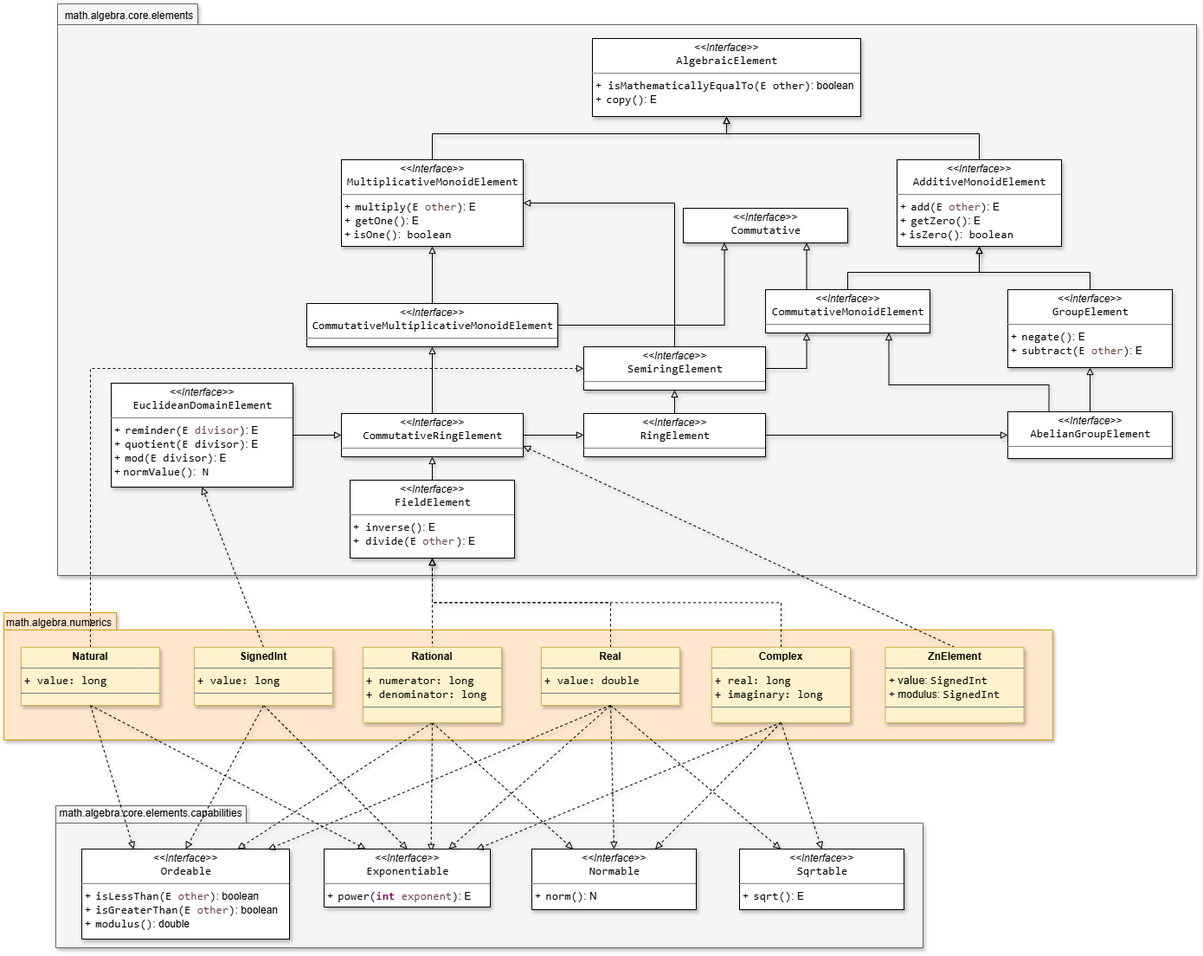
The draw.io diagram resources/SMFN-algebra-elements.drawio.png in gom9000/SMFN, before a commit. Source tidied: cells renumbered, new cells last; positions are measured from the earlier drawing's top-left corner, leaving out a move shared by most shapes.
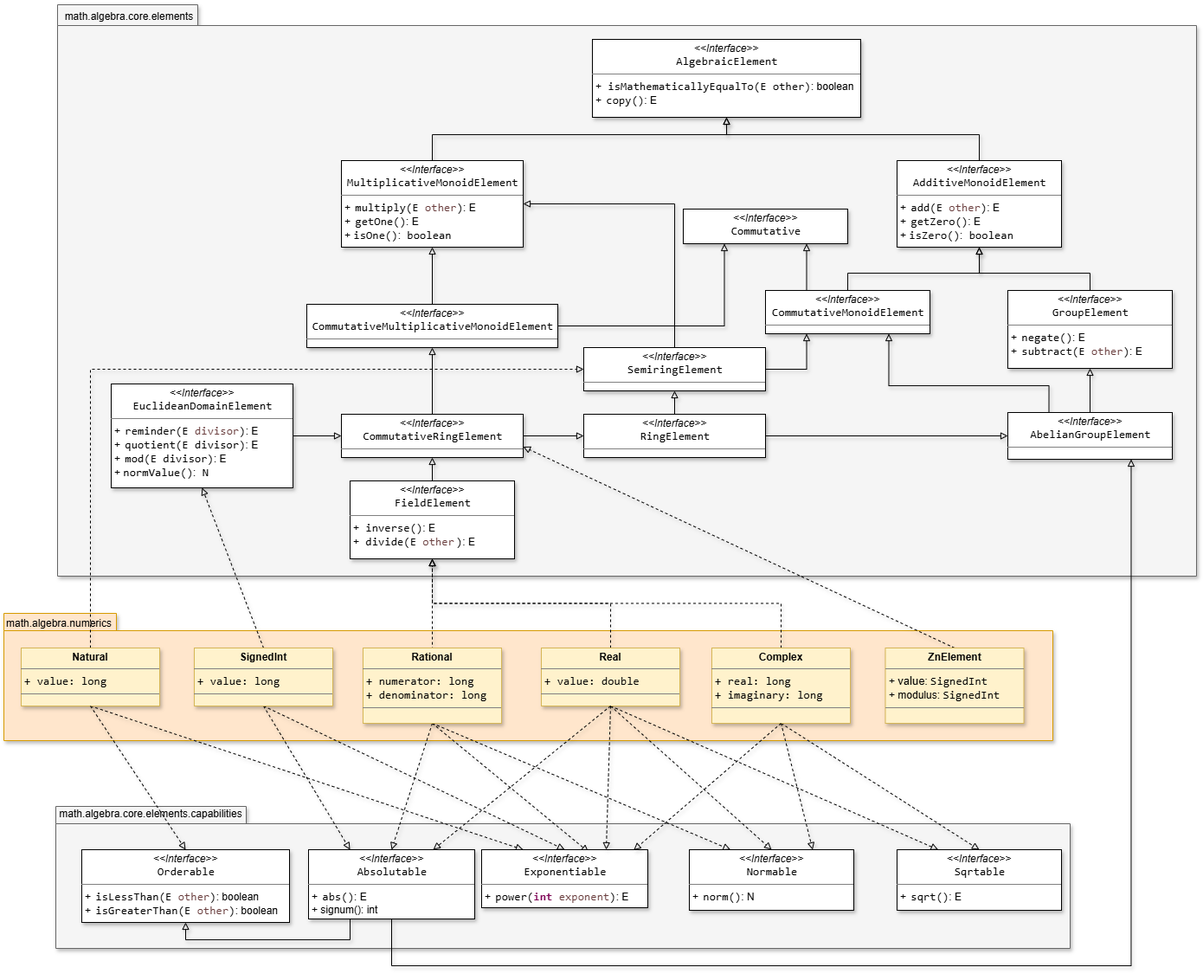
Later version of the same file.

Commit message:
refactory - algebra

The edit, as a diff of the source:
```diff
@@ -3,7 +3,7 @@
     <mxCell id="0" />
     <mxCell id="1" parent="0" />
     <mxCell id="2" style="shape=folder;fontStyle=1;spacingTop=10;tabWidth=220;tabHeight=20;tabPosition=left;html=1;whiteSpace=wrap;fillColor=#f5f5f5;fontColor=#333333;strokeColor=#666666;shadow=1;" parent="1" vertex="1">
-      <mxGeometry x="60" y="927" width="1002" height="164" as="geometry" />
+      <mxGeometry x="60" y="927" width="1172" height="164" as="geometry" />
     </mxCell>
     <mxCell id="3" style="shape=folder;fontStyle=1;spacingTop=10;tabWidth=130;tabHeight=20;tabPosition=left;html=1;whiteSpace=wrap;fillColor=#ffe6cc;strokeColor=#d79b00;shadow=1;" parent="1" vertex="1">
       <mxGeometry y="704" width="1212" height="147" as="geometry" />
@@ -132,7 +132,7 @@
     <mxCell id="36" style="rounded=0;jettySize=auto;html=1;exitX=0.5;exitY=0;exitDx=0;exitDy=0;entryX=0.5;entryY=1;entryDx=0;entryDy=0;dashed=1;strokeColor=default;align=center;verticalAlign=middle;fontFamily=Helvetica;fontSize=11;fontColor=default;labelBackgroundColor=none;endArrow=block;endFill=0;shadow=1;" parent="1" edge="1" source="39" target="65">
       <mxGeometry relative="1" as="geometry" />
     </mxCell>
-    <mxCell id="37" style="rounded=0;jettySize=auto;html=1;exitX=0.5;exitY=1;exitDx=0;exitDy=0;entryX=0.5;entryY=0;entryDx=0;entryDy=0;dashed=1;strokeColor=default;align=center;verticalAlign=middle;fontFamily=Helvetica;fontSize=11;fontColor=default;labelBackgroundColor=none;endArrow=block;endFill=0;shadow=1;" parent="1" edge="1" source="39" target="53">
+    <mxCell id="37" style="rounded=0;jettySize=auto;html=1;exitX=0.5;exitY=1;exitDx=0;exitDy=0;entryX=0.25;entryY=0;entryDx=0;entryDy=0;dashed=1;strokeColor=default;align=center;verticalAlign=middle;fontFamily=Helvetica;fontSize=11;fontColor=default;labelBackgroundColor=none;endArrow=block;endFill=0;shadow=1;" parent="1" edge="1" source="39" target="70">
       <mxGeometry relative="1" as="geometry" />
     </mxCell>
     <mxCell id="38" style="rounded=0;jettySize=auto;html=1;exitX=0.5;exitY=1;exitDx=0;exitDy=0;entryX=0.5;entryY=0;entryDx=0;entryDy=0;dashed=1;strokeColor=default;align=center;verticalAlign=middle;fontFamily=Helvetica;fontSize=11;fontColor=default;labelBackgroundColor=none;endArrow=block;endFill=0;shadow=1;" parent="1" edge="1" source="39" target="54">
@@ -161,7 +161,7 @@
         </Array>
       </mxGeometry>
     </mxCell>
-    <mxCell id="45" style="rounded=0;jettySize=auto;html=1;exitX=0.5;exitY=1;exitDx=0;exitDy=0;entryX=0.75;entryY=0;entryDx=0;entryDy=0;dashed=1;strokeColor=default;align=center;verticalAlign=middle;fontFamily=Helvetica;fontSize=11;fontColor=default;labelBackgroundColor=none;endArrow=block;endFill=0;shadow=1;" parent="1" edge="1" source="48" target="53">
+    <mxCell id="45" style="rounded=0;jettySize=auto;html=1;exitX=0.5;exitY=1;exitDx=0;exitDy=0;entryX=0.5;entryY=0;entryDx=0;entryDy=0;dashed=1;strokeColor=default;align=center;verticalAlign=middle;fontFamily=Helvetica;fontSize=11;fontColor=default;labelBackgroundColor=none;endArrow=block;endFill=0;shadow=1;" parent="1" edge="1" source="48" target="70">
       <mxGeometry relative="1" as="geometry" />
     </mxCell>
     <mxCell id="46" style="rounded=0;jettySize=auto;html=1;exitX=0.5;exitY=1;exitDx=0;exitDy=0;entryX=0.644;entryY=0.041;entryDx=0;entryDy=0;dashed=1;strokeColor=default;align=center;verticalAlign=middle;fontFamily=Helvetica;fontSize=11;fontColor=default;labelBackgroundColor=none;endArrow=block;endFill=0;entryPerimeter=0;shadow=1;" parent="1" edge="1" source="48" target="54">
@@ -185,19 +185,19 @@
     <mxCell id="52" value="&lt;p style=&quot;margin:0px;margin-top:4px;text-align:center;&quot;&gt;&lt;b style=&quot;&quot;&gt;Complex&lt;/b&gt;&lt;/p&gt;&lt;hr size=&quot;1&quot; style=&quot;border-style:solid;&quot;&gt;&lt;p style=&quot;margin:0px;margin-left:4px;&quot;&gt;&lt;span style=&quot;color: light-dark(rgb(0, 0, 0), rgb(255, 255, 255)); font-family: Consolas; font-size: 10pt; white-space: pre; background-color: transparent;&quot;&gt;+ real: long&lt;/span&gt;&lt;/p&gt;&lt;p style=&quot;margin:0px;margin-left:4px;&quot;&gt;&lt;span style=&quot;color: light-dark(rgb(0, 0, 0), rgb(255, 255, 255)); font-family: Consolas; font-size: 10pt; white-space: pre;&quot;&gt;+ imaginary: long&lt;/span&gt;&lt;/p&gt;&lt;hr size=&quot;1&quot; style=&quot;border-style:solid;&quot;&gt;&lt;p style=&quot;margin:0px;margin-left:4px;&quot;&gt;&lt;br&gt;&lt;/p&gt;" style="verticalAlign=top;align=left;overflow=fill;html=1;whiteSpace=wrap;fillColor=#fff2cc;strokeColor=#d6b656;labelBackgroundColor=none;shadow=1;" parent="1" vertex="1">
       <mxGeometry x="818" y="744" width="160" height="87" as="geometry" />
     </mxCell>
-    <mxCell id="53" value="&lt;p style=&quot;margin:0px;margin-top:4px;text-align:center;&quot;&gt;&lt;i&gt;&amp;lt;&amp;lt;Interface&amp;gt;&amp;gt;&lt;/i&gt;&lt;br&gt;&lt;span style=&quot;padding: 0px 0px 0px 2px;&quot;&gt;&lt;span style=&quot;font-family: Consolas; font-size: 10pt; white-space: pre;&quot;&gt;&lt;span style=&quot;&quot;&gt;Ordeable&lt;/span&gt;&lt;/span&gt;&lt;/span&gt;&lt;/p&gt;&lt;hr size=&quot;1&quot; style=&quot;border-style:solid;&quot;&gt;&lt;p style=&quot;margin:0px;margin-left:4px;&quot;&gt;&lt;/p&gt;&lt;p style=&quot;margin:0px;margin-left:4px;&quot;&gt;+&amp;nbsp;&lt;span style=&quot;padding: 0px 0px 0px 2px;&quot;&gt;&lt;span style=&quot;font-family: Consolas; font-size: 10pt; white-space: pre;&quot;&gt;&lt;span style=&quot;&quot;&gt;isLessThan&lt;/span&gt;(E &lt;span style=&quot;color:#6a3e3e;&quot;&gt;other&lt;/span&gt;)&lt;/span&gt;&lt;/span&gt;: boolean&lt;br&gt;+&amp;nbsp;&lt;span style=&quot;padding: 0px 0px 0px 2px;&quot;&gt;&lt;span style=&quot;font-family: Consolas; font-size: 10pt; white-space: pre;&quot;&gt;&lt;span style=&quot;&quot;&gt;isGreaterThan&lt;/span&gt;(E &lt;span style=&quot;color:#6a3e3e;&quot;&gt;other&lt;/span&gt;)&lt;/span&gt;&lt;/span&gt;: boolean&lt;/p&gt;&lt;p style=&quot;margin:0px;margin-left:4px;&quot;&gt;+&amp;nbsp;&lt;span style=&quot;padding: 0px 0px 0px 2px;&quot;&gt;&lt;span style=&quot;font-family: Consolas; font-size: 10pt; white-space: pre;&quot;&gt;modulus()&lt;/span&gt;&lt;/span&gt;: double&lt;/p&gt;" style="verticalAlign=top;align=left;overflow=fill;html=1;whiteSpace=wrap;labelBackgroundColor=none;shadow=1;" parent="1" vertex="1">
-      <mxGeometry x="90" y="977" width="240" height="104" as="geometry" />
+    <mxCell id="53" value="&lt;p style=&quot;margin:0px;margin-top:4px;text-align:center;&quot;&gt;&lt;i&gt;&amp;lt;&amp;lt;Interface&amp;gt;&amp;gt;&lt;/i&gt;&lt;br&gt;&lt;span style=&quot;padding: 0px 0px 0px 2px;&quot;&gt;&lt;span style=&quot;font-family: Consolas; font-size: 10pt; white-space: pre;&quot;&gt;&lt;span style=&quot;&quot;&gt;Orderable&lt;/span&gt;&lt;/span&gt;&lt;/span&gt;&lt;/p&gt;&lt;hr size=&quot;1&quot; style=&quot;border-style:solid;&quot;&gt;&lt;p style=&quot;margin:0px;margin-left:4px;&quot;&gt;&lt;/p&gt;&lt;p style=&quot;margin:0px;margin-left:4px;&quot;&gt;+&amp;nbsp;&lt;span style=&quot;padding: 0px 0px 0px 2px;&quot;&gt;&lt;span style=&quot;font-family: Consolas; font-size: 10pt; white-space: pre;&quot;&gt;&lt;span style=&quot;&quot;&gt;isLessThan&lt;/span&gt;(E &lt;span style=&quot;color:#6a3e3e;&quot;&gt;other&lt;/span&gt;)&lt;/span&gt;&lt;/span&gt;: boolean&lt;br&gt;+&amp;nbsp;&lt;span style=&quot;padding: 0px 0px 0px 2px;&quot;&gt;&lt;span style=&quot;font-family: Consolas; font-size: 10pt; white-space: pre;&quot;&gt;&lt;span style=&quot;&quot;&gt;isGreaterThan&lt;/span&gt;(E &lt;span style=&quot;color:#6a3e3e;&quot;&gt;other&lt;/span&gt;)&lt;/span&gt;&lt;/span&gt;: boolean&lt;/p&gt;&lt;p style=&quot;margin:0px;margin-left:4px;&quot;&gt;&lt;br&gt;&lt;/p&gt;" style="verticalAlign=top;align=left;overflow=fill;html=1;whiteSpace=wrap;labelBackgroundColor=none;shadow=1;" parent="1" vertex="1">
+      <mxGeometry x="90" y="977" width="240" height="84" as="geometry" />
     </mxCell>
     <mxCell id="54" value="&lt;p style=&quot;margin:0px;margin-top:4px;text-align:center;&quot;&gt;&lt;i&gt;&amp;lt;&amp;lt;Interface&amp;gt;&amp;gt;&lt;/i&gt;&lt;br&gt;&lt;span style=&quot;padding: 0px 0px 0px 2px;&quot;&gt;&lt;span style=&quot;font-family: Consolas; font-size: 10pt; white-space: pre;&quot;&gt;&lt;span style=&quot;&quot;&gt;Exponentiable&lt;/span&gt;&lt;/span&gt;&lt;/span&gt;&lt;/p&gt;&lt;hr size=&quot;1&quot; style=&quot;border-style:solid;&quot;&gt;&lt;p style=&quot;margin:0px;margin-left:4px;&quot;&gt;&lt;/p&gt;&lt;p style=&quot;margin:0px;margin-left:4px;&quot;&gt;+&amp;nbsp;&lt;span style=&quot;padding: 0px 0px 0px 2px;&quot;&gt;&lt;span style=&quot;font-family: Consolas; font-size: 10pt; white-space: pre;&quot;&gt;&lt;span style=&quot;&quot;&gt;power&lt;/span&gt;(&lt;span style=&quot;color:#7f0055;font-weight:bold;&quot;&gt;int&lt;/span&gt; &lt;span style=&quot;color:#6a3e3e;&quot;&gt;exponent&lt;/span&gt;)&lt;/span&gt;&lt;/span&gt;: E&lt;/p&gt;" style="verticalAlign=top;align=left;overflow=fill;html=1;whiteSpace=wrap;labelBackgroundColor=none;shadow=1;" parent="1" vertex="1">
-      <mxGeometry x="370" y="977" width="192" height="67" as="geometry" />
+      <mxGeometry x="552" y="977" width="192" height="67" as="geometry" />
     </mxCell>
     <mxCell id="55" value="&lt;p style=&quot;margin:0px;margin-top:4px;text-align:center;&quot;&gt;&lt;i&gt;&amp;lt;&amp;lt;Interface&amp;gt;&amp;gt;&lt;/i&gt;&lt;br&gt;&lt;span style=&quot;padding: 0px 0px 0px 2px;&quot;&gt;&lt;span style=&quot;font-family: Consolas; font-size: 10pt; white-space: pre;&quot;&gt;&lt;span style=&quot;&quot;&gt;Normable&lt;/span&gt;&lt;/span&gt;&lt;/span&gt;&lt;/p&gt;&lt;hr size=&quot;1&quot; style=&quot;border-style:solid;&quot;&gt;&lt;p style=&quot;margin:0px;margin-left:4px;&quot;&gt;&lt;/p&gt;&lt;p style=&quot;margin:0px;margin-left:4px;&quot;&gt;+&amp;nbsp;&lt;span style=&quot;padding: 0px 0px 0px 2px;&quot;&gt;&lt;span style=&quot;font-family: Consolas; font-size: 10pt; white-space: pre;&quot;&gt;&lt;span style=&quot;&quot;&gt;norm&lt;/span&gt;()&lt;/span&gt;&lt;/span&gt;: N&lt;/p&gt;" style="verticalAlign=top;align=left;overflow=fill;html=1;whiteSpace=wrap;labelBackgroundColor=none;shadow=1;" parent="1" vertex="1">
-      <mxGeometry x="610" y="977" width="190" height="70" as="geometry" />
+      <mxGeometry x="792" y="977" width="190" height="70" as="geometry" />
     </mxCell>
     <mxCell id="56" value="&lt;p style=&quot;margin:0px;margin-top:4px;text-align:center;&quot;&gt;&lt;i&gt;&amp;lt;&amp;lt;Interface&amp;gt;&amp;gt;&lt;/i&gt;&lt;br&gt;&lt;span style=&quot;padding: 0px 0px 0px 2px;&quot;&gt;&lt;span style=&quot;font-family: Consolas; font-size: 10pt; white-space: pre;&quot;&gt;&lt;span style=&quot;&quot;&gt;Sqrtable&lt;/span&gt;&lt;/span&gt;&lt;/span&gt;&lt;/p&gt;&lt;hr size=&quot;1&quot; style=&quot;border-style:solid;&quot;&gt;&lt;p style=&quot;margin:0px;margin-left:4px;&quot;&gt;&lt;/p&gt;&lt;p style=&quot;margin:0px;margin-left:4px;&quot;&gt;+&amp;nbsp;&lt;span style=&quot;padding: 0px 0px 0px 2px;&quot;&gt;&lt;span style=&quot;font-family: Consolas; font-size: 10pt; white-space: pre;&quot;&gt;&lt;span style=&quot;&quot;&gt;sqrt&lt;/span&gt;()&lt;/span&gt;&lt;/span&gt;: E&lt;/p&gt;" style="verticalAlign=top;align=left;overflow=fill;html=1;whiteSpace=wrap;labelBackgroundColor=none;shadow=1;" parent="1" vertex="1">
-      <mxGeometry x="850" y="977" width="190" height="70" as="geometry" />
+      <mxGeometry x="1032" y="977" width="190" height="70" as="geometry" />
     </mxCell>
-    <mxCell id="57" style="rounded=0;jettySize=auto;html=1;exitX=0.5;exitY=1;exitDx=0;exitDy=0;entryX=0.896;entryY=0.006;entryDx=0;entryDy=0;entryPerimeter=0;dashed=1;strokeColor=default;align=center;verticalAlign=middle;fontFamily=Helvetica;fontSize=11;fontColor=default;labelBackgroundColor=none;endArrow=block;endFill=0;shadow=1;" parent="1" edge="1" source="43" target="53">
+    <mxCell id="57" style="rounded=0;jettySize=auto;html=1;exitX=0.5;exitY=1;exitDx=0;exitDy=0;entryX=0.75;entryY=0;entryDx=0;entryDy=0;dashed=1;strokeColor=default;align=center;verticalAlign=middle;fontFamily=Helvetica;fontSize=11;fontColor=default;labelBackgroundColor=none;endArrow=block;endFill=0;shadow=1;" parent="1" edge="1" source="43" target="70">
       <mxGeometry relative="1" as="geometry" />
     </mxCell>
     <mxCell id="58" style="rounded=0;jettySize=auto;html=1;exitX=0.5;exitY=1;exitDx=0;exitDy=0;entryX=0.75;entryY=0;entryDx=0;entryDy=0;dashed=1;strokeColor=default;align=center;verticalAlign=middle;fontFamily=Helvetica;fontSize=11;fontColor=default;labelBackgroundColor=none;endArrow=block;endFill=0;shadow=1;" parent="1" edge="1" source="43" target="54">
@@ -212,7 +212,7 @@
     <mxCell id="61" value="math.algebra.numerics" style="text;html=1;whiteSpace=wrap;strokeColor=none;fillColor=none;align=center;verticalAlign=middle;rounded=0;shadow=1;" parent="1" vertex="1">
       <mxGeometry x="4" y="701" width="120" height="30" as="geometry" />
     </mxCell>
-    <mxCell id="62" style="rounded=0;jettySize=auto;html=1;exitX=0.5;exitY=1;exitDx=0;exitDy=0;entryX=0.25;entryY=0;entryDx=0;entryDy=0;dashed=1;strokeColor=default;align=center;verticalAlign=middle;fontFamily=Helvetica;fontSize=11;fontColor=default;labelBackgroundColor=none;endArrow=block;endFill=0;shadow=1;" parent="1" edge="1" source="35" target="53">
+    <mxCell id="62" style="rounded=0;jettySize=auto;html=1;exitX=0.5;exitY=1;exitDx=0;exitDy=0;entryX=0.5;entryY=0;entryDx=0;entryDy=0;dashed=1;strokeColor=default;align=center;verticalAlign=middle;fontFamily=Helvetica;fontSize=11;fontColor=default;labelBackgroundColor=none;endArrow=block;endFill=0;shadow=1;" parent="1" edge="1" source="35" target="53">
       <mxGeometry relative="1" as="geometry" />
     </mxCell>
     <mxCell id="63" value="math.algebra.core.elements.capabilities" style="text;html=1;whiteSpace=wrap;strokeColor=none;fillColor=none;align=center;verticalAlign=middle;rounded=0;shadow=1;" parent="1" vertex="1">
@@ -230,5 +230,19 @@
     <mxCell id="67" value="&lt;p style=&quot;margin:0px;margin-top:4px;text-align:center;&quot;&gt;&lt;b&gt;ZnElement&lt;/b&gt;&lt;/p&gt;&lt;hr size=&quot;1&quot; style=&quot;border-style:solid;&quot;&gt;&lt;p style=&quot;margin:0px;margin-left:4px;&quot;&gt;+ &lt;font style=&quot;font-size: 13px;&quot;&gt;value&lt;/font&gt;: &lt;span style=&quot;font-family: Consolas; font-size: 10pt; white-space: pre; color: light-dark(rgb(0, 0, 0), rgb(255, 255, 255));&quot;&gt;SignedInt&lt;/span&gt;&lt;/p&gt;&lt;p style=&quot;margin:0px;margin-left:4px;&quot;&gt;+ modulus:&amp;nbsp;&lt;span style=&quot;color: light-dark(rgb(0, 0, 0), rgb(255, 255, 255)); font-family: Consolas; font-size: 10pt; white-space: pre;&quot;&gt;SignedInt&lt;/span&gt;&lt;/p&gt;&lt;hr size=&quot;1&quot; style=&quot;border-style:solid;&quot;&gt;&lt;p style=&quot;margin:0px;margin-left:4px;&quot;&gt;&lt;br&gt;&lt;/p&gt;" style="verticalAlign=top;align=left;overflow=fill;html=1;whiteSpace=wrap;fillColor=#fff2cc;strokeColor=#d6b656;labelBackgroundColor=none;shadow=1;" parent="1" vertex="1">
       <mxGeometry x="1018.5" y="744" width="160" height="87" as="geometry" />
     </mxCell>
+    <mxCell id="68" style="edgeStyle=orthogonalEdgeStyle;rounded=0;jettySize=auto;html=1;exitX=0.5;exitY=1;exitDx=0;exitDy=0;entryX=0.75;entryY=1;entryDx=0;entryDy=0;shadow=1;strokeColor=default;align=center;verticalAlign=middle;fontFamily=Helvetica;fontSize=11;fontColor=default;labelBackgroundColor=none;endArrow=block;endFill=0;" parent="1" edge="1" source="70" target="16">
+      <mxGeometry relative="1" as="geometry">
+        <Array as="points">
+          <mxPoint x="448" y="1111" />
+          <mxPoint x="1302" y="1111" />
+        </Array>
+      </mxGeometry>
+    </mxCell>
+    <mxCell id="69" style="edgeStyle=orthogonalEdgeStyle;rounded=0;jettySize=auto;html=1;exitX=0.25;exitY=1;exitDx=0;exitDy=0;entryX=0.5;entryY=1;entryDx=0;entryDy=0;shadow=1;strokeColor=default;align=center;verticalAlign=middle;fontFamily=Helvetica;fontSize=11;fontColor=default;labelBackgroundColor=none;endArrow=block;endFill=0;" parent="1" edge="1" source="70" target="53">
+      <mxGeometry relative="1" as="geometry" />
+    </mxCell>
+    <mxCell id="70" value="&lt;p style=&quot;margin:0px;margin-top:4px;text-align:center;&quot;&gt;&lt;i&gt;&amp;lt;&amp;lt;Interface&amp;gt;&amp;gt;&lt;/i&gt;&lt;br&gt;&lt;span style=&quot;padding: 0px 0px 0px 2px;&quot;&gt;&lt;span style=&quot;font-family: Consolas; font-size: 10pt; white-space: pre;&quot;&gt;&lt;span style=&quot;&quot;&gt;Absolutable&lt;/span&gt;&lt;/span&gt;&lt;/span&gt;&lt;/p&gt;&lt;hr size=&quot;1&quot; style=&quot;border-style:solid;&quot;&gt;&lt;p style=&quot;margin:0px;margin-left:4px;&quot;&gt;&lt;/p&gt;&lt;p style=&quot;margin:0px;margin-left:4px;&quot;&gt;+&amp;nbsp;&lt;span style=&quot;padding: 0px 0px 0px 2px;&quot;&gt;&lt;span style=&quot;font-family: Consolas; font-size: 10pt; white-space: pre;&quot;&gt;&lt;span style=&quot;&quot;&gt;abs&lt;/span&gt;()&lt;/span&gt;&lt;/span&gt;: E&lt;/p&gt;&lt;p style=&quot;margin:0px;margin-left:4px;&quot;&gt;+ signum(): int&lt;/p&gt;" style="verticalAlign=top;align=left;overflow=fill;html=1;whiteSpace=wrap;labelBackgroundColor=none;shadow=1;" parent="1" vertex="1">
+      <mxGeometry x="352" y="977" width="192" height="80" as="geometry" />
+    </mxCell>
   </root>
 </mxGraphModel>
```
